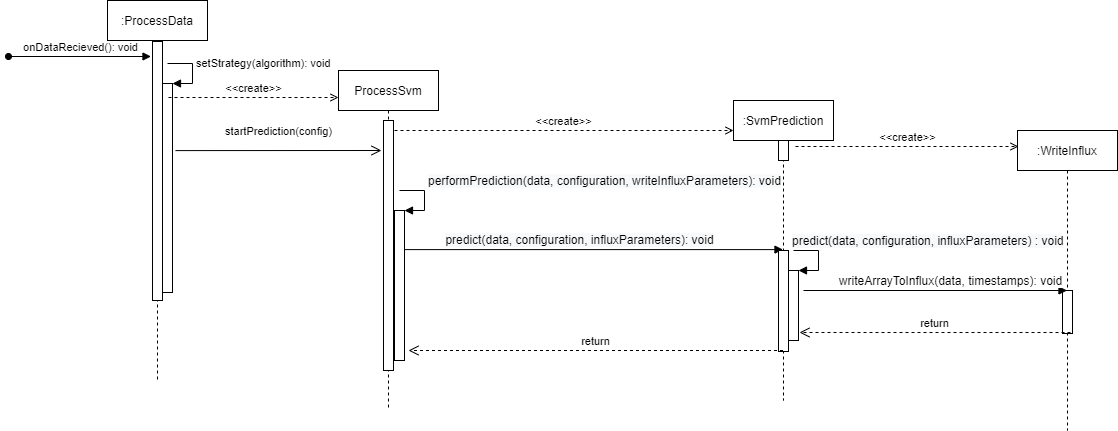
Above: 03-RQ/Esterni/Allegato_tecnico/img/Diagrammi/ds1.png in VRAM-Software/VRAM_SW_DOC_2020 (draw.io), before the change. Source tidied: cells renumbered, new cells last; positions are measured from the earlier drawing's top-left corner, leaving out a move shared by most shapes. Source of this version:
```xml
<mxGraphModel>
  <root>
    <mxCell id="0" />
    <mxCell id="1" parent="0" />
    <mxCell id="2" value="&lt;span style=&quot;font-size: 12px ; text-align: left ; background-color: rgb(248 , 249 , 250)&quot;&gt;predict(data, configuration, influxParameters): void&lt;/span&gt;" style="html=1;verticalAlign=bottom;startArrow=none;startFill=0;endArrow=block;startSize=8;" parent="1" edge="1" target="3">
      <mxGeometry x="-0.05" relative="1" as="geometry">
        <mxPoint x="386" y="249.1" as="sourcePoint" />
      </mxGeometry>
    </mxCell>
    <mxCell id="3" value=":SvmPrediction" style="shape=umlLifeline;perimeter=lifelinePerimeter;whiteSpace=wrap;html=1;outlineConnect=0;" parent="1" vertex="1">
      <mxGeometry x="725" y="100" width="100" height="300" as="geometry" />
    </mxCell>
    <mxCell id="4" style="html=1;points=[];perimeter=orthogonalPerimeter;" parent="3" vertex="1">
      <mxGeometry x="45" y="150" width="10" height="101" as="geometry" />
    </mxCell>
    <mxCell id="5" style="html=1;perimeter=orthogonalPerimeter;" parent="3" vertex="1">
      <mxGeometry x="45" y="40" width="10" height="20" as="geometry" />
    </mxCell>
    <mxCell id="6" value=":WriteInflux" style="shape=umlLifeline;perimeter=lifelinePerimeter;whiteSpace=wrap;html=1;outlineConnect=0;" parent="1" vertex="1">
      <mxGeometry x="1009" y="130" width="100" height="300" as="geometry" />
    </mxCell>
    <mxCell id="7" style="html=1;points=[];perimeter=orthogonalPerimeter;" parent="6" vertex="1">
      <mxGeometry x="45" y="160" width="10" height="43" as="geometry" />
    </mxCell>
    <mxCell id="8" value="&amp;lt;&amp;lt;create&amp;gt;&amp;gt;" style="html=1;verticalAlign=bottom;endArrow=open;endFill=0;dashed=1;entryX=0;entryY=0.1;entryDx=0;entryDy=0;entryPerimeter=0;" parent="1" edge="1" target="3">
      <mxGeometry relative="1" as="geometry">
        <mxPoint x="386" y="130" as="sourcePoint" />
      </mxGeometry>
    </mxCell>
    <mxCell id="9" value="ProcessSvm" style="shape=umlLifeline;perimeter=lifelinePerimeter;whiteSpace=wrap;html=1;outlineConnect=0;" parent="1" vertex="1">
      <mxGeometry x="330" y="70" width="100" height="340" as="geometry" />
    </mxCell>
    <mxCell id="10" style="html=1;points=[];perimeter=orthogonalPerimeter;" parent="9" vertex="1">
      <mxGeometry x="45" y="50" width="10" height="250" as="geometry" />
    </mxCell>
    <mxCell id="11" style="html=1;points=[];perimeter=orthogonalPerimeter;" parent="9" vertex="1">
      <mxGeometry x="56" y="140" width="10" height="150" as="geometry" />
    </mxCell>
    <mxCell id="12" value="&lt;span style=&quot;font-size: 12px ; background-color: rgb(248 , 249 , 250)&quot;&gt;performPrediction(data, configuration, writeInfluxParameters): void&lt;/span&gt;" style="edgeStyle=orthogonalEdgeStyle;html=1;align=left;spacingLeft=2;endArrow=block;rounded=0;entryX=1;entryY=0;" parent="9" edge="1" target="11">
      <mxGeometry x="-0.23" y="10" relative="1" as="geometry">
        <mxPoint x="61" y="120" as="sourcePoint" />
        <Array as="points">
          <mxPoint x="86" y="120" />
        </Array>
        <mxPoint x="-10" y="-10" as="offset" />
      </mxGeometry>
    </mxCell>
    <mxCell id="13" value="&amp;lt;&amp;lt;create&amp;gt;&amp;gt;" style="html=1;verticalAlign=bottom;endArrow=open;endFill=0;dashed=1;" parent="1" edge="1">
      <mxGeometry relative="1" as="geometry">
        <mxPoint x="787" y="146" as="sourcePoint" />
        <mxPoint x="1010" y="146" as="targetPoint" />
      </mxGeometry>
    </mxCell>
    <mxCell id="14" value="return" style="html=1;verticalAlign=bottom;endArrow=open;dashed=1;endSize=8;exitX=0.8;exitY=0.977;exitDx=0;exitDy=0;exitPerimeter=0;" parent="1" edge="1" source="7">
      <mxGeometry relative="1" as="geometry">
        <mxPoint x="791" y="332" as="targetPoint" />
      </mxGeometry>
    </mxCell>
    <mxCell id="15" value="return" style="html=1;verticalAlign=bottom;endArrow=open;dashed=1;endSize=8;" parent="1" edge="1" source="3">
      <mxGeometry relative="1" as="geometry">
        <mxPoint x="400" y="350" as="targetPoint" />
      </mxGeometry>
    </mxCell>
    <mxCell id="16" value="startPrediction(config)" style="html=1;verticalAlign=bottom;startArrow=none;startFill=0;endArrow=open;startSize=6;endSize=8;exitX=1.3;exitY=0.321;exitDx=0;exitDy=0;exitPerimeter=0;" parent="1" edge="1" source="22">
      <mxGeometry x="-0.01" y="10" relative="1" as="geometry">
        <mxPoint x="373" y="150" as="targetPoint" />
        <mxPoint x="1" as="offset" />
      </mxGeometry>
    </mxCell>
    <mxCell id="17" style="html=1;points=[];perimeter=orthogonalPerimeter;" parent="1" vertex="1">
      <mxGeometry x="780" y="270" width="10" height="70" as="geometry" />
    </mxCell>
    <mxCell id="18" value="&lt;span style=&quot;font-size: 12px ; background-color: rgb(248 , 249 , 250)&quot;&gt;predict(data, configuration, influxParameters) : void&lt;/span&gt;" style="edgeStyle=orthogonalEdgeStyle;html=1;align=left;spacingLeft=2;endArrow=block;rounded=0;entryX=1;entryY=0;" parent="1" edge="1" target="17">
      <mxGeometry x="-0.23" y="-32" relative="1" as="geometry">
        <mxPoint x="785" y="250" as="sourcePoint" />
        <Array as="points">
          <mxPoint x="810" y="250" />
        </Array>
        <mxPoint x="2" y="-10" as="offset" />
      </mxGeometry>
    </mxCell>
    <mxCell id="19" value="&lt;font style=&quot;font-size: 12px&quot;&gt;writeArrayToInflux(data, timestamps): void&lt;/font&gt;" style="html=1;verticalAlign=bottom;endArrow=block;" parent="1" edge="1" target="6">
      <mxGeometry x="0.12" relative="1" as="geometry">
        <mxPoint x="795" y="290" as="sourcePoint" />
      </mxGeometry>
    </mxCell>
    <mxCell id="20" value=":ProcessData" style="shape=umlLifeline;perimeter=lifelinePerimeter;whiteSpace=wrap;html=1;" parent="1" vertex="1">
      <mxGeometry x="99" width="100" height="382" as="geometry" />
    </mxCell>
    <mxCell id="21" style="html=1;perimeter=orthogonalPerimeter;" parent="20" vertex="1">
      <mxGeometry x="45" y="41" width="10" height="259" as="geometry" />
    </mxCell>
    <mxCell id="22" style="html=1;points=[];perimeter=orthogonalPerimeter;" parent="1" vertex="1">
      <mxGeometry x="154" y="83" width="10" height="209" as="geometry" />
    </mxCell>
    <mxCell id="23" value="setStrategy(algorithm): void" style="edgeStyle=orthogonalEdgeStyle;html=1;align=left;spacingLeft=2;endArrow=block;rounded=0;entryX=1;entryY=0;" parent="1" edge="1" target="22">
      <mxGeometry x="-0.23" relative="1" as="geometry">
        <mxPoint x="159" y="63" as="sourcePoint" />
        <Array as="points">
          <mxPoint x="184" y="63" />
        </Array>
      </mxGeometry>
    </mxCell>
    <mxCell id="24" value="&amp;lt;&amp;lt;create&amp;gt;&amp;gt;" style="html=1;verticalAlign=bottom;endArrow=open;endFill=0;dashed=1;" parent="1" edge="1">
      <mxGeometry relative="1" as="geometry">
        <mxPoint x="160" y="97" as="sourcePoint" />
        <mxPoint x="330" y="97" as="targetPoint" />
      </mxGeometry>
    </mxCell>
    <mxCell id="25" value="onDataRecieved(): void" style="html=1;verticalAlign=bottom;endArrow=block;entryX=0;entryY=0;startArrow=oval;startFill=1;" parent="1" edge="1">
      <mxGeometry relative="1" as="geometry">
        <mxPoint y="56" as="sourcePoint" />
        <mxPoint x="142.5" y="56" as="targetPoint" />
      </mxGeometry>
    </mxCell>
  </root>
</mxGraphModel>
```
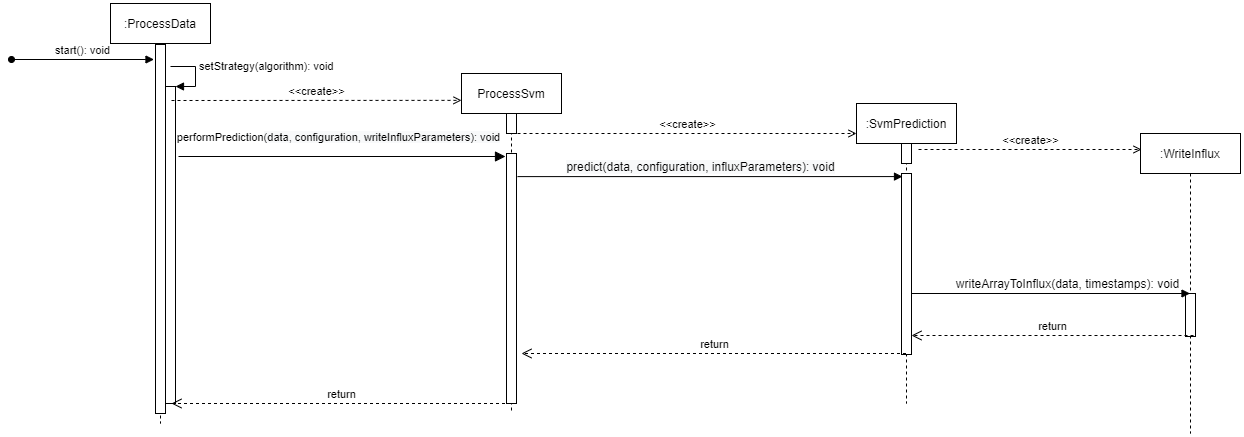
Later version of the same file.

Change to the diagram source:
```diff
@@ -2,16 +2,16 @@
   <root>
     <mxCell id="0" />
     <mxCell id="1" parent="0" />
-    <mxCell id="2" value="&lt;span style=&quot;font-size: 12px ; text-align: left ; background-color: rgb(248 , 249 , 250)&quot;&gt;predict(data, configuration, influxParameters): void&lt;/span&gt;" style="html=1;verticalAlign=bottom;startArrow=none;startFill=0;endArrow=block;startSize=8;" parent="1" edge="1" target="3">
+    <mxCell id="2" value="&lt;span style=&quot;font-size: 12px ; text-align: left ; background-color: rgb(248 , 249 , 250)&quot;&gt;predict(data, configuration, influxParameters): void&lt;/span&gt;" style="html=1;verticalAlign=bottom;startArrow=none;startFill=0;endArrow=block;startSize=8;entryX=0.1;entryY=0.017;entryDx=0;entryDy=0;entryPerimeter=0;" parent="1" edge="1" target="4">
       <mxGeometry x="-0.05" relative="1" as="geometry">
-        <mxPoint x="386" y="249.1" as="sourcePoint" />
+        <mxPoint x="386" y="173.1" as="sourcePoint" />
       </mxGeometry>
     </mxCell>
     <mxCell id="3" value=":SvmPrediction" style="shape=umlLifeline;perimeter=lifelinePerimeter;whiteSpace=wrap;html=1;outlineConnect=0;" parent="1" vertex="1">
       <mxGeometry x="725" y="100" width="100" height="300" as="geometry" />
     </mxCell>
     <mxCell id="4" style="html=1;points=[];perimeter=orthogonalPerimeter;" parent="3" vertex="1">
-      <mxGeometry x="45" y="150" width="10" height="101" as="geometry" />
+      <mxGeometry x="45" y="70" width="10" height="181" as="geometry" />
     </mxCell>
     <mxCell id="5" style="html=1;perimeter=orthogonalPerimeter;" parent="3" vertex="1">
       <mxGeometry x="45" y="40" width="10" height="20" as="geometry" />
@@ -31,20 +31,11 @@
       <mxGeometry x="330" y="70" width="100" height="340" as="geometry" />
     </mxCell>
     <mxCell id="10" style="html=1;points=[];perimeter=orthogonalPerimeter;" parent="9" vertex="1">
-      <mxGeometry x="45" y="50" width="10" height="250" as="geometry" />
+      <mxGeometry x="45" y="80" width="10" height="250" as="geometry" />
     </mxCell>
-    <mxCell id="11" style="html=1;points=[];perimeter=orthogonalPerimeter;" parent="9" vertex="1">
-      <mxGeometry x="56" y="140" width="10" height="150" as="geometry" />
-    </mxCell>
-    <mxCell id="12" value="&lt;span style=&quot;font-size: 12px ; background-color: rgb(248 , 249 , 250)&quot;&gt;performPrediction(data, configuration, writeInfluxParameters): void&lt;/span&gt;" style="edgeStyle=orthogonalEdgeStyle;html=1;align=left;spacingLeft=2;endArrow=block;rounded=0;entryX=1;entryY=0;" parent="9" edge="1" target="11">
-      <mxGeometry x="-0.23" y="10" relative="1" as="geometry">
-        <mxPoint x="61" y="120" as="sourcePoint" />
-        <Array as="points">
-          <mxPoint x="86" y="120" />
-        </Array>
-        <mxPoint x="-10" y="-10" as="offset" />
-      </mxGeometry>
-    </mxCell>
+    <mxCell id="26" style="html=1;perimeter=orthogonalPerimeter;" parent="9" vertex="1">
+      <mxGeometry x="45" y="40" width="10" height="20" as="geometry" />
+    </mxCell>
     <mxCell id="13" value="&amp;lt;&amp;lt;create&amp;gt;&amp;gt;" style="html=1;verticalAlign=bottom;endArrow=open;endFill=0;dashed=1;" parent="1" edge="1">
       <mxGeometry relative="1" as="geometry">
         <mxPoint x="787" y="146" as="sourcePoint" />
@@ -53,65 +44,56 @@
     </mxCell>
     <mxCell id="14" value="return" style="html=1;verticalAlign=bottom;endArrow=open;dashed=1;endSize=8;exitX=0.8;exitY=0.977;exitDx=0;exitDy=0;exitPerimeter=0;" parent="1" edge="1" source="7">
       <mxGeometry relative="1" as="geometry">
-        <mxPoint x="791" y="332" as="targetPoint" />
+        <mxPoint x="780" y="332" as="targetPoint" />
       </mxGeometry>
     </mxCell>
     <mxCell id="15" value="return" style="html=1;verticalAlign=bottom;endArrow=open;dashed=1;endSize=8;" parent="1" edge="1" source="3">
       <mxGeometry relative="1" as="geometry">
-        <mxPoint x="400" y="350" as="targetPoint" />
+        <mxPoint x="390" y="350" as="targetPoint" />
       </mxGeometry>
     </mxCell>
-    <mxCell id="16" value="startPrediction(config)" style="html=1;verticalAlign=bottom;startArrow=none;startFill=0;endArrow=open;startSize=6;endSize=8;exitX=1.3;exitY=0.321;exitDx=0;exitDy=0;exitPerimeter=0;" parent="1" edge="1" source="22">
-      <mxGeometry x="-0.01" y="10" relative="1" as="geometry">
-        <mxPoint x="373" y="150" as="targetPoint" />
-        <mxPoint x="1" as="offset" />
+    <mxCell id="16" value="&lt;font style=&quot;font-size: 11px&quot;&gt;performPrediction&lt;span style=&quot;text-align: left ; background-color: rgb(248 , 249 , 250)&quot;&gt;(data, configuration, writeInfluxParameters): void&lt;/span&gt;&lt;/font&gt;" style="html=1;verticalAlign=bottom;startArrow=none;startFill=0;endArrow=block;startSize=6;endSize=8;endFill=1;entryX=-0.1;entryY=0.012;entryDx=0;entryDy=0;entryPerimeter=0;" parent="1" edge="1" target="10">
+      <mxGeometry x="-0.02" y="10" relative="1" as="geometry">
+        <mxPoint x="47" y="153" as="sourcePoint" />
       </mxGeometry>
     </mxCell>
-    <mxCell id="17" style="html=1;points=[];perimeter=orthogonalPerimeter;" parent="1" vertex="1">
-      <mxGeometry x="780" y="270" width="10" height="70" as="geometry" />
-    </mxCell>
-    <mxCell id="18" value="&lt;span style=&quot;font-size: 12px ; background-color: rgb(248 , 249 , 250)&quot;&gt;predict(data, configuration, influxParameters) : void&lt;/span&gt;" style="edgeStyle=orthogonalEdgeStyle;html=1;align=left;spacingLeft=2;endArrow=block;rounded=0;entryX=1;entryY=0;" parent="1" edge="1" target="17">
-      <mxGeometry x="-0.23" y="-32" relative="1" as="geometry">
-        <mxPoint x="785" y="250" as="sourcePoint" />
-        <Array as="points">
-          <mxPoint x="810" y="250" />
-        </Array>
-        <mxPoint x="2" y="-10" as="offset" />
-      </mxGeometry>
-    </mxCell>
     <mxCell id="19" value="&lt;font style=&quot;font-size: 12px&quot;&gt;writeArrayToInflux(data, timestamps): void&lt;/font&gt;" style="html=1;verticalAlign=bottom;endArrow=block;" parent="1" edge="1" target="6">
       <mxGeometry x="0.12" relative="1" as="geometry">
-        <mxPoint x="795" y="290" as="sourcePoint" />
+        <mxPoint x="780" y="290" as="sourcePoint" />
       </mxGeometry>
     </mxCell>
     <mxCell id="20" value=":ProcessData" style="shape=umlLifeline;perimeter=lifelinePerimeter;whiteSpace=wrap;html=1;" parent="1" vertex="1">
-      <mxGeometry x="99" width="100" height="382" as="geometry" />
+      <mxGeometry x="-21" width="100" height="420" as="geometry" />
     </mxCell>
     <mxCell id="21" style="html=1;perimeter=orthogonalPerimeter;" parent="20" vertex="1">
-      <mxGeometry x="45" y="41" width="10" height="259" as="geometry" />
+      <mxGeometry x="45" y="41" width="10" height="369" as="geometry" />
     </mxCell>
     <mxCell id="22" style="html=1;points=[];perimeter=orthogonalPerimeter;" parent="1" vertex="1">
-      <mxGeometry x="154" y="83" width="10" height="209" as="geometry" />
+      <mxGeometry x="34" y="83" width="10" height="317" as="geometry" />
     </mxCell>
     <mxCell id="23" value="setStrategy(algorithm): void" style="edgeStyle=orthogonalEdgeStyle;html=1;align=left;spacingLeft=2;endArrow=block;rounded=0;entryX=1;entryY=0;" parent="1" edge="1" target="22">
       <mxGeometry x="-0.23" relative="1" as="geometry">
-        <mxPoint x="159" y="63" as="sourcePoint" />
+        <mxPoint x="39" y="63" as="sourcePoint" />
         <Array as="points">
-          <mxPoint x="184" y="63" />
+          <mxPoint x="64" y="63" />
         </Array>
       </mxGeometry>
     </mxCell>
-    <mxCell id="24" value="&amp;lt;&amp;lt;create&amp;gt;&amp;gt;" style="html=1;verticalAlign=bottom;endArrow=open;endFill=0;dashed=1;" parent="1" edge="1">
+    <mxCell id="24" value="&amp;lt;&amp;lt;create&amp;gt;&amp;gt;" style="html=1;verticalAlign=bottom;endArrow=open;endFill=0;dashed=1;entryX=0;entryY=0.079;entryDx=0;entryDy=0;entryPerimeter=0;" parent="1" edge="1" target="9">
       <mxGeometry relative="1" as="geometry">
-        <mxPoint x="160" y="97" as="sourcePoint" />
-        <mxPoint x="330" y="97" as="targetPoint" />
+        <mxPoint x="40" y="97" as="sourcePoint" />
       </mxGeometry>
     </mxCell>
-    <mxCell id="25" value="onDataRecieved(): void" style="html=1;verticalAlign=bottom;endArrow=block;entryX=0;entryY=0;startArrow=oval;startFill=1;" parent="1" edge="1">
+    <mxCell id="25" value="start(): void" style="html=1;verticalAlign=bottom;endArrow=block;entryX=0;entryY=0;startArrow=oval;startFill=1;" parent="1" edge="1">
       <mxGeometry relative="1" as="geometry">
-        <mxPoint y="56" as="sourcePoint" />
-        <mxPoint x="142.5" y="56" as="targetPoint" />
+        <mxPoint x="-120" y="56" as="sourcePoint" />
+        <mxPoint x="22.5" y="56" as="targetPoint" />
       </mxGeometry>
     </mxCell>
+    <mxCell id="27" value="return" style="html=1;verticalAlign=bottom;endArrow=open;dashed=1;endSize=8;" parent="1" edge="1" source="9">
+      <mxGeometry relative="1" as="geometry">
+        <mxPoint x="40" y="400" as="targetPoint" />
+      </mxGeometry>
+    </mxCell>
   </root>
 </mxGraphModel>
```
